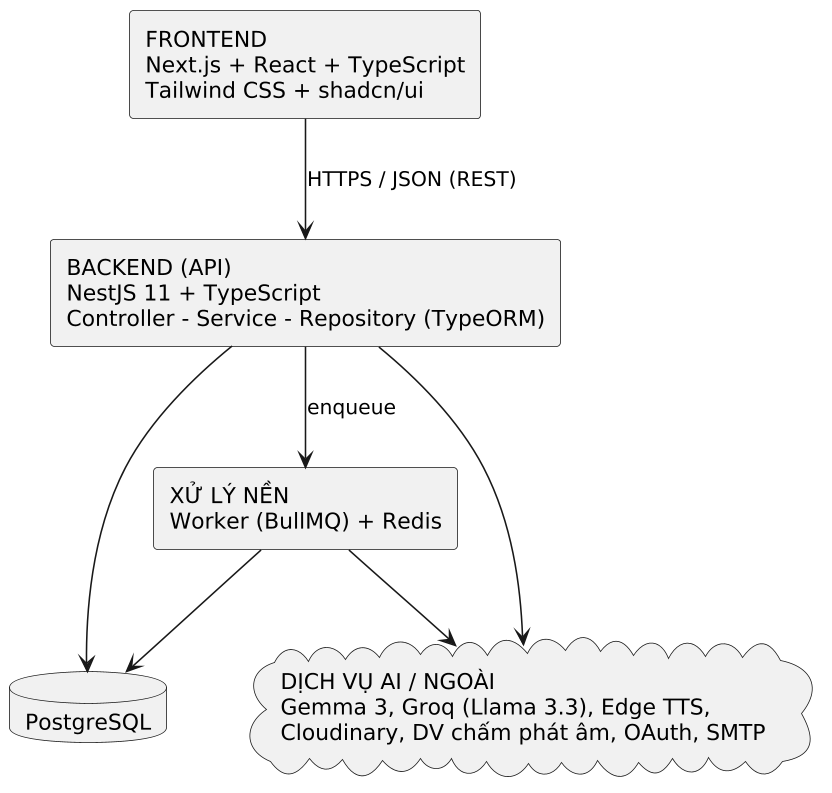
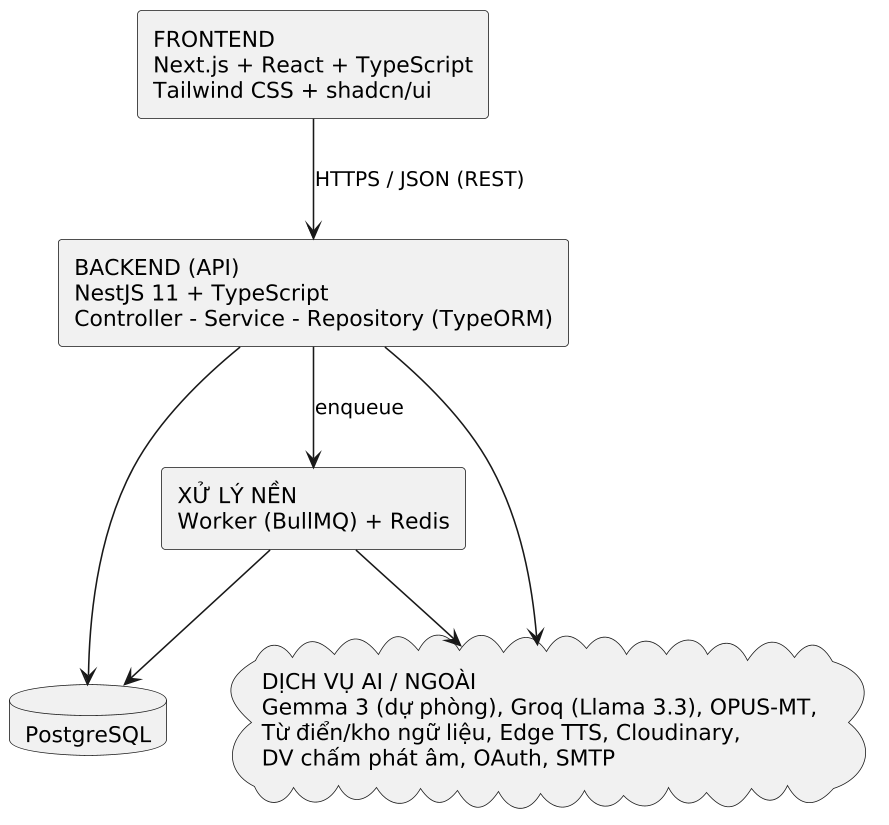
@startuml
' Ngăn xếp công nghệ của hệ thống theo tầng (Hình fig:tech-stack, Chương 3)
skinparam dpi 150
skinparam shadowing false
skinparam defaultFontName "DejaVu Sans"
rectangle "FRONTEND\nNext.js + React + TypeScript\nTailwind CSS + shadcn/ui" as FE
rectangle "BACKEND (API)\nNestJS 11 + TypeScript\nController - Service - Repository (TypeORM)" as BE
rectangle "XỬ LÝ NỀN\nWorker (BullMQ) + Redis" as WK
database "PostgreSQL" as DB
- cloud "DỊCH VỤ AI / NGOÀI\nGemma 3, Groq (Llama 3.3), Edge TTS,\nCloudinary, DV chấm phát âm, OAuth, SMTP" as EXT
+ cloud "DỊCH VỤ AI / NGOÀI\nGemma 3 (dự phòng), Groq (Llama 3.3), OPUS-MT,\nTừ điển/kho ngữ liệu, Edge TTS, Cloudinary,\nDV chấm phát âm, OAuth, SMTP" as EXT
FE --> BE : HTTPS / JSON (REST)
BE --> DB
BE --> WK : enqueue
WK --> DB
WK --> EXT
BE --> EXT
@enduml
